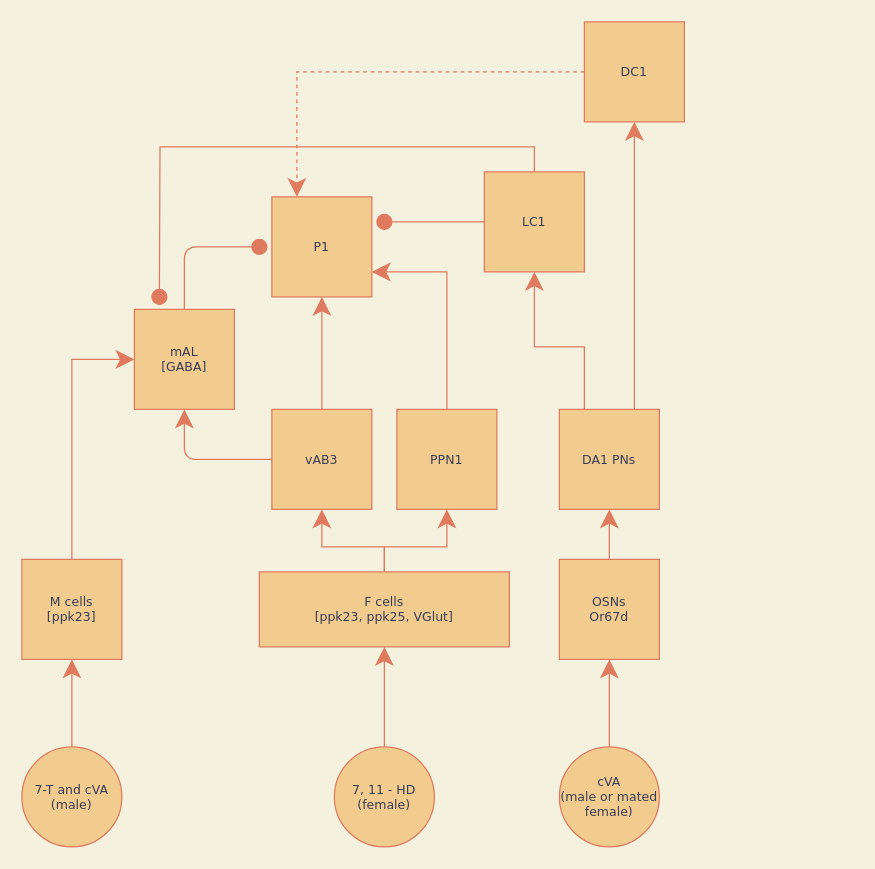
The draw.io diagram page "compilation" (7 of 7) of circuits.drawio in adpala/sandbox, before the edit. Source tidied: cells renumbered, new cells numbered last; positions are measured from the earlier drawing's top-left corner, leaving out a move shared by most shapes. Both pictures are drawn from the tidied source at 125%, with x=0, y=0 at pixel (21, 21).
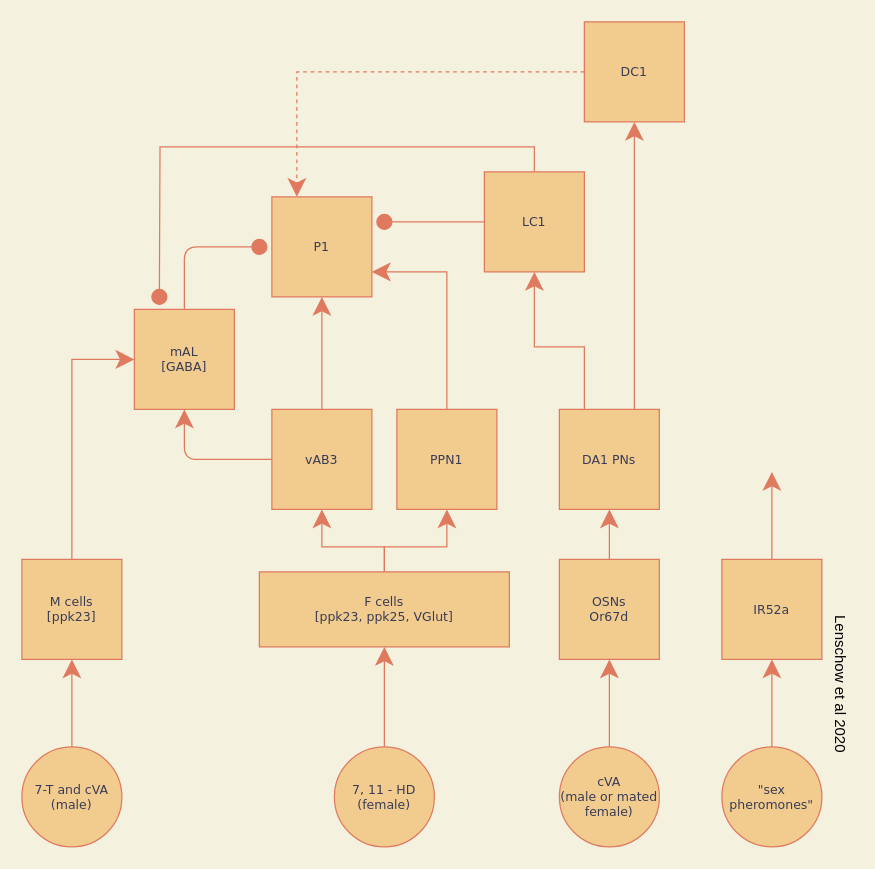
After the change.

Change to the diagram source:
```diff
@@
+    <mxCell id="31" value="&lt;div style=&quot;font-size: 10px&quot;&gt;IR52a&lt;/div&gt;" style="whiteSpace=wrap;html=1;align=center;fillColor=#F2CC8F;strokeColor=#E07A5F;fontColor=#393C56;fontSize=10;fontFamily=Verdana;" parent="1" vertex="1">
+      <mxGeometry x="560" y="430" width="80" height="80" as="geometry" />
+    </mxCell>
+    <mxCell id="32" style="edgeStyle=orthogonalEdgeStyle;rounded=0;jettySize=auto;html=1;entryX=0.5;entryY=1;entryDx=0;entryDy=0;endArrow=classic;endFill=1;endSize=12;labelBackgroundColor=#F4F1DE;strokeColor=#E07A5F;fontColor=#393C56;fontSize=10;fontFamily=Verdana;exitX=0.5;exitY=0;exitDx=0;exitDy=0;" parent="1" edge="1" source="35" target="31">
+      <mxGeometry relative="1" as="geometry" />
+    </mxCell>
+    <mxCell id="33" style="edgeStyle=orthogonalEdgeStyle;rounded=0;orthogonalLoop=1;jettySize=auto;html=1;entryX=0.5;entryY=1;entryDx=0;entryDy=0;endArrow=classic;endFill=1;endSize=12;labelBackgroundColor=#F4F1DE;strokeColor=#E07A5F;fontColor=#393C56;fontSize=10;fontFamily=Verdana;" parent="1" edge="1">
+      <mxGeometry relative="1" as="geometry">
+        <mxPoint x="600" y="430" as="sourcePoint" />
+        <mxPoint x="600" y="360" as="targetPoint" />
+        <Array as="points">
+          <mxPoint x="600" y="400" />
+          <mxPoint x="600" y="400" />
+        </Array>
+      </mxGeometry>
+    </mxCell>
+    <mxCell id="34" value="&lt;font color=&quot;#000000&quot;&gt;Lenschow et al 2020&lt;/font&gt;" style="text;html=1;strokeColor=none;fillColor=none;align=center;verticalAlign=middle;whiteSpace=wrap;rounded=0;rotation=90;" parent="1" vertex="1">
+      <mxGeometry x="590" y="520" width="130" height="20" as="geometry" />
+    </mxCell>
+    <mxCell id="35" value="&lt;div style=&quot;font-size: 10px&quot;&gt;&quot;sex pheromones&quot;&lt;br&gt;&lt;/div&gt;" style="ellipse;whiteSpace=wrap;html=1;fillColor=#F2CC8F;strokeColor=#E07A5F;fontColor=#393C56;fontSize=10;fontFamily=Verdana;" parent="1" vertex="1">
+      <mxGeometry x="560" y="580" width="80" height="80" as="geometry" />
+    </mxCell>
```
